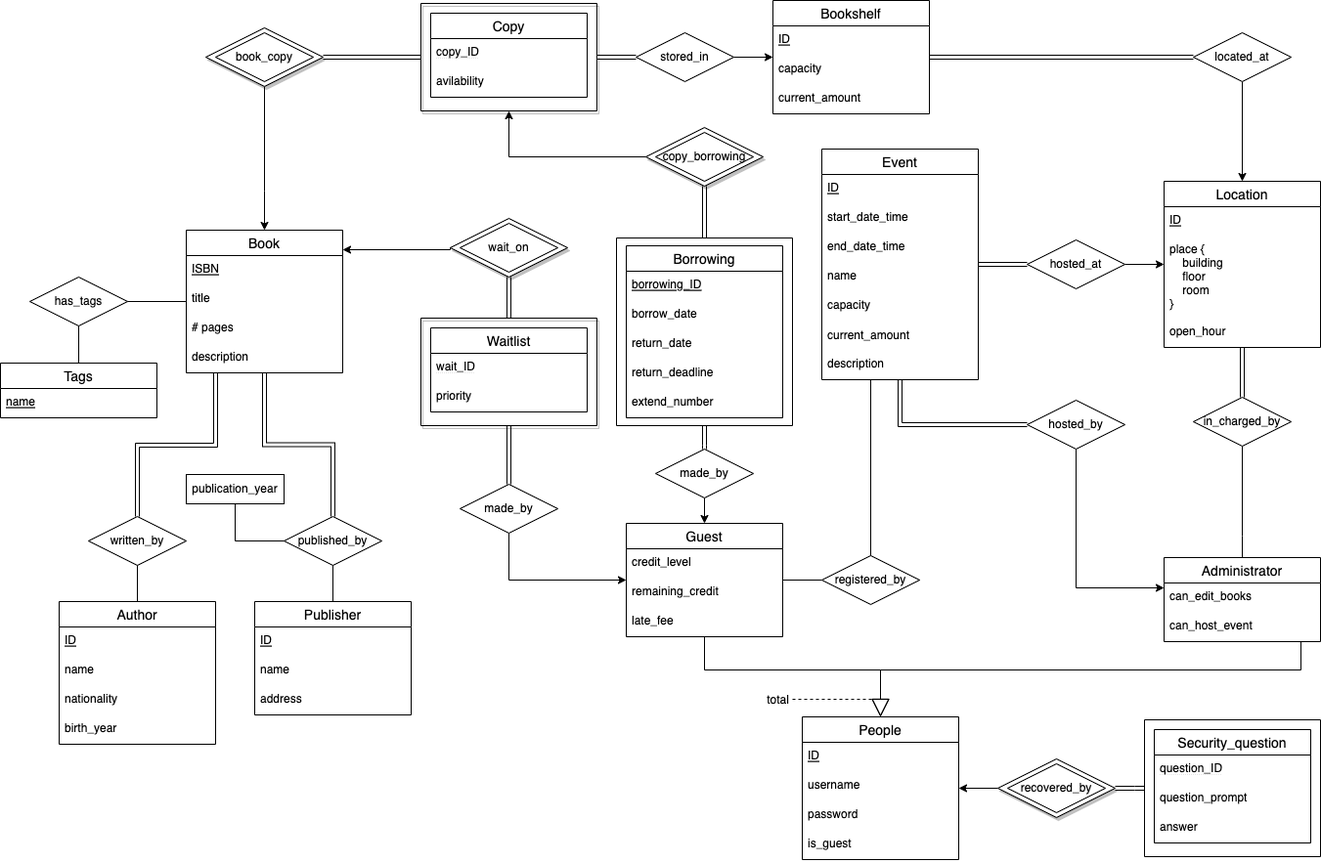
The draw.io diagram schema/er_diagram/ER_diagram_draft.png in Kassaking7/eLibraryManagementSystem, before a commit. Source tidied: cells renumbered, new cells last; positions are measured from the earlier drawing's top-left corner, leaving out a move shared by most shapes.
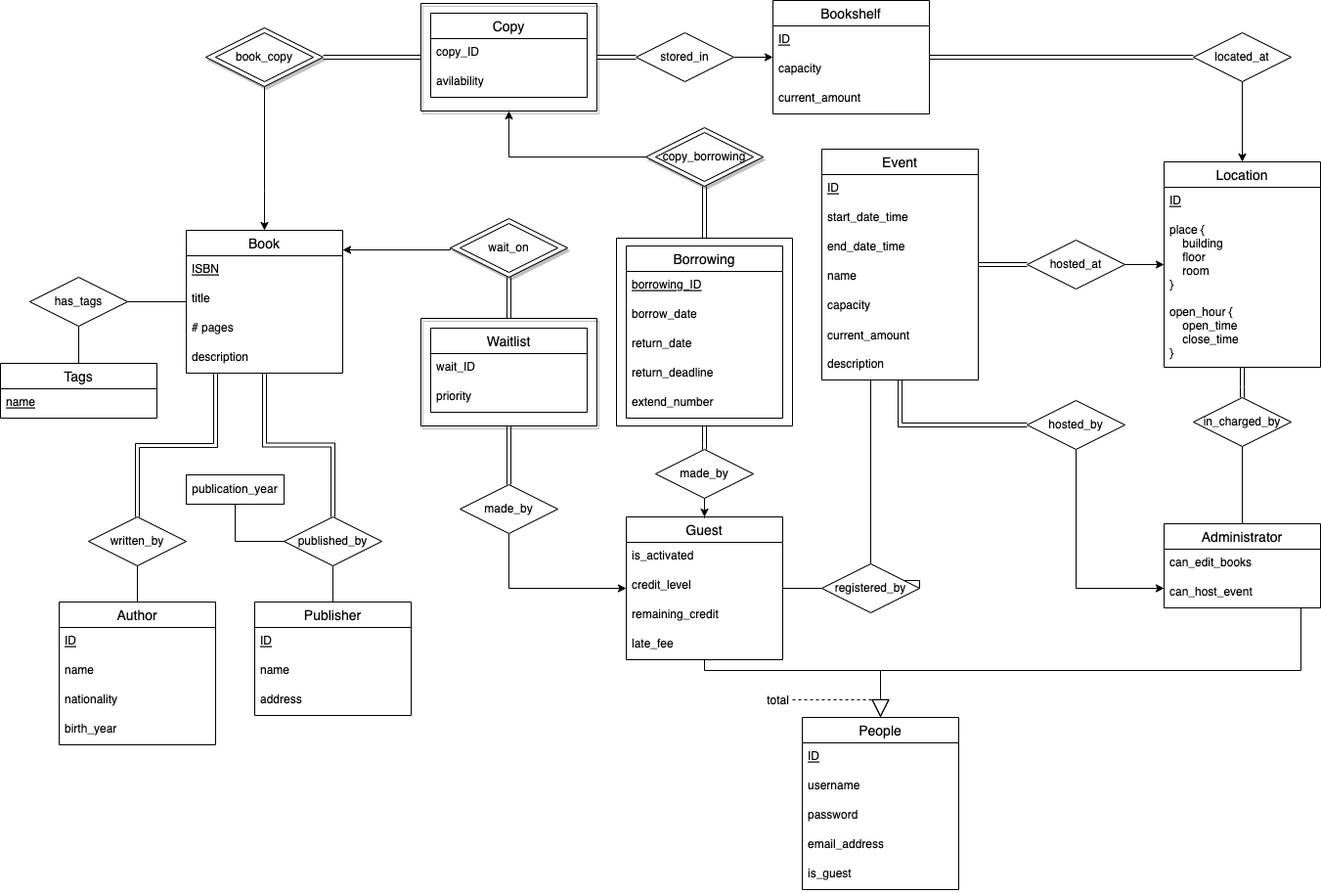
Above is the later version.

Change to the diagram source:
```diff
@@ -36,7 +36,7 @@
       <mxGeometry y="86" width="160" height="30" as="geometry" />
     </mxCell>
     <mxCell id="13" value="Location" style="swimlane;fontStyle=0;horizontal=1;startSize=26;align=center;fontSize=14;" parent="1" vertex="1">
-      <mxGeometry x="1190" y="185" width="160" height="170" as="geometry" />
+      <mxGeometry x="1190" y="165" width="160" height="210" as="geometry" />
     </mxCell>
     <mxCell id="14" value="ID" style="text;strokeColor=none;fillColor=none;spacingLeft=4;spacingRight=4;overflow=hidden;fontSize=12;fontStyle=4;" parent="13" vertex="1">
       <mxGeometry y="26" width="160" height="30" as="geometry" />
@@ -44,8 +44,8 @@
     <mxCell id="15" value="place {&#10;    building&#10;    floor&#10;    room&#10;}" style="text;strokeColor=none;fillColor=none;spacingLeft=4;spacingRight=4;overflow=hidden;fontSize=12;fontStyle=0;" parent="13" vertex="1">
       <mxGeometry y="56" width="160" height="84" as="geometry" />
     </mxCell>
-    <mxCell id="16" value="open_hour" style="text;strokeColor=none;fillColor=none;spacingLeft=4;spacingRight=4;overflow=hidden;fontSize=12;fontStyle=0;" parent="13" vertex="1">
-      <mxGeometry y="140" width="160" height="30" as="geometry" />
+    <mxCell id="16" value="open_hour {&#10;    open_time&#10;    close_time&#10;}" style="text;strokeColor=none;fillColor=none;spacingLeft=4;spacingRight=4;overflow=hidden;fontSize=12;fontStyle=0;" parent="13" vertex="1">
+      <mxGeometry y="140" width="160" height="70" as="geometry" />
     </mxCell>
     <mxCell id="17" style="edgeStyle=orthogonalEdgeStyle;shape=link;rounded=0;jettySize=auto;html=1;exitX=0;exitY=0.5;exitDx=0;exitDy=0;" parent="1" edge="1" source="19" target="72">
       <mxGeometry relative="1" as="geometry" />
@@ -110,19 +110,22 @@
       <mxGeometry x="290" y="528" width="100" height="50" as="geometry" />
     </mxCell>
     <mxCell id="36" value="Guest" style="swimlane;fontStyle=0;horizontal=1;startSize=26;align=center;fontSize=14;" parent="1" vertex="1">
-      <mxGeometry x="640" y="535" width="160" height="116" as="geometry" />
+      <mxGeometry x="640" y="528" width="160" height="146" as="geometry" />
     </mxCell>
+    <mxCell id="121" value="is_activated" style="text;strokeColor=none;fillColor=none;spacingLeft=4;spacingRight=4;overflow=hidden;fontSize=12;" parent="36" vertex="1">
+      <mxGeometry y="26" width="160" height="30" as="geometry" />
+    </mxCell>
     <mxCell id="37" value="credit_level" style="text;strokeColor=none;fillColor=none;spacingLeft=4;spacingRight=4;overflow=hidden;fontSize=12;fontStyle=0;" parent="36" vertex="1">
-      <mxGeometry y="26" width="160" height="30" as="geometry" />
+      <mxGeometry y="56" width="160" height="30" as="geometry" />
     </mxCell>
     <mxCell id="38" value="remaining_credit" style="text;strokeColor=none;fillColor=none;spacingLeft=4;spacingRight=4;overflow=hidden;fontSize=12;" parent="36" vertex="1">
-      <mxGeometry y="56" width="160" height="30" as="geometry" />
+      <mxGeometry y="86" width="160" height="30" as="geometry" />
     </mxCell>
     <mxCell id="39" value="late_fee" style="text;strokeColor=none;fillColor=none;spacingLeft=4;spacingRight=4;overflow=hidden;fontSize=12;" parent="36" vertex="1">
-      <mxGeometry y="86" width="160" height="30" as="geometry" />
+      <mxGeometry y="116" width="160" height="30" as="geometry" />
     </mxCell>
     <mxCell id="40" value="People" style="swimlane;fontStyle=0;horizontal=1;startSize=26;align=center;fontSize=14;" parent="1" vertex="1">
-      <mxGeometry x="820" y="733" width="160" height="146" as="geometry" />
+      <mxGeometry x="820" y="733" width="160" height="176" as="geometry" />
     </mxCell>
     <mxCell id="41" value="ID" style="text;strokeColor=none;fillColor=none;spacingLeft=4;spacingRight=4;overflow=hidden;fontSize=12;fontStyle=4;" parent="40" vertex="1">
       <mxGeometry y="26" width="160" height="30" as="geometry" />
@@ -133,11 +136,14 @@
     <mxCell id="43" value="password" style="text;strokeColor=none;fillColor=none;spacingLeft=4;spacingRight=4;overflow=hidden;fontSize=12;fontStyle=0;" parent="40" vertex="1">
       <mxGeometry y="86" width="160" height="30" as="geometry" />
     </mxCell>
+    <mxCell id="122" value="email_address" style="text;strokeColor=none;fillColor=none;spacingLeft=4;spacingRight=4;overflow=hidden;fontSize=12;fontStyle=0;" parent="40" vertex="1">
+      <mxGeometry y="116" width="160" height="30" as="geometry" />
+    </mxCell>
     <mxCell id="44" value="is_guest" style="text;strokeColor=none;fillColor=none;spacingLeft=4;spacingRight=4;overflow=hidden;fontSize=12;fontStyle=0;" parent="40" vertex="1">
-      <mxGeometry y="116" width="160" height="30" as="geometry" />
+      <mxGeometry y="146" width="160" height="30" as="geometry" />
     </mxCell>
     <mxCell id="45" value="Administrator" style="swimlane;fontStyle=0;horizontal=1;startSize=26;align=center;fontSize=14;" parent="1" vertex="1">
-      <mxGeometry x="1190" y="570" width="160" height="86" as="geometry" />
+      <mxGeometry x="1190" y="535" width="160" height="86" as="geometry" />
     </mxCell>
     <mxCell id="46" value="can_edit_books" style="text;strokeColor=none;fillColor=none;spacingLeft=4;spacingRight=4;overflow=hidden;fontSize=12;" parent="45" vertex="1">
       <mxGeometry y="26" width="160" height="30" as="geometry" />
@@ -304,35 +310,8 @@
       </mxGeometry>
     </mxCell>
     <mxCell id="90" value="registered_by" style="rhombus;whiteSpace=wrap;html=1;" parent="1" vertex="1">
-      <mxGeometry x="840" y="568" width="100" height="50" as="geometry" />
+      <mxGeometry x="840" y="576" width="100" height="50" as="geometry" />
     </mxCell>
-    <mxCell id="91" value="Security_question" style="swimlane;fontStyle=0;horizontal=1;startSize=26;align=center;fontSize=14;" parent="1" vertex="1">
-      <mxGeometry x="1180" y="746" width="160" height="116" as="geometry" />
-    </mxCell>
-    <mxCell id="92" value="&lt;u style=&quot;text-decoration:underline dotted;text-underline-position:under&quot;&gt;question_ID&lt;/u&gt;" style="text;strokeColor=none;fillColor=none;spacingLeft=4;spacingRight=4;overflow=hidden;fontSize=12;fontStyle=4;html=1;" parent="91" vertex="1">
-      <mxGeometry y="26" width="160" height="30" as="geometry" />
-    </mxCell>
-    <mxCell id="93" value="question_prompt" style="text;strokeColor=none;fillColor=none;spacingLeft=4;spacingRight=4;overflow=hidden;fontSize=12;fontStyle=0;" parent="91" vertex="1">
-      <mxGeometry y="56" width="160" height="30" as="geometry" />
-    </mxCell>
-    <mxCell id="94" value="answer" style="text;strokeColor=none;fillColor=none;spacingLeft=4;spacingRight=4;overflow=hidden;fontSize=12;fontStyle=0;" parent="91" vertex="1">
-      <mxGeometry y="86" width="160" height="30" as="geometry" />
-    </mxCell>
-    <mxCell id="95" style="edgeStyle=orthogonalEdgeStyle;rounded=0;sketch=0;jettySize=auto;html=1;entryX=1;entryY=0.5;entryDx=0;entryDy=0;endArrow=none;endFill=0;shape=link;" parent="1" edge="1" source="96" target="98">
-      <mxGeometry relative="1" as="geometry" />
-    </mxCell>
-    <mxCell id="96" style="swimlane;startSize=0;" parent="1" vertex="1">
-      <mxGeometry x="1170" y="736" width="180" height="140" as="geometry" />
-    </mxCell>
-    <mxCell id="97" style="edgeStyle=orthogonalEdgeStyle;rounded=0;sketch=0;jettySize=auto;html=1;exitX=0;exitY=0.5;exitDx=0;exitDy=0;endArrow=classic;endFill=1;" parent="1" edge="1" source="98" target="40">
-      <mxGeometry relative="1" as="geometry" />
-    </mxCell>
-    <mxCell id="98" style="rhombus;whiteSpace=wrap;html=1;shadow=1;" parent="1" vertex="1">
-      <mxGeometry x="1020" y="776" width="120" height="60" as="geometry" />
-    </mxCell>
-    <mxCell id="99" value="recovered_by" style="rhombus;whiteSpace=wrap;html=1;" parent="1" vertex="1">
-      <mxGeometry x="1030" y="781" width="100" height="50" as="geometry" />
-    </mxCell>
     <mxCell id="100" value="Waitlist" style="swimlane;fontStyle=0;horizontal=1;startSize=26;align=center;fontSize=14;" parent="1" vertex="1">
       <mxGeometry x="440" y="335" width="160" height="86" as="geometry" />
     </mxCell>
```
